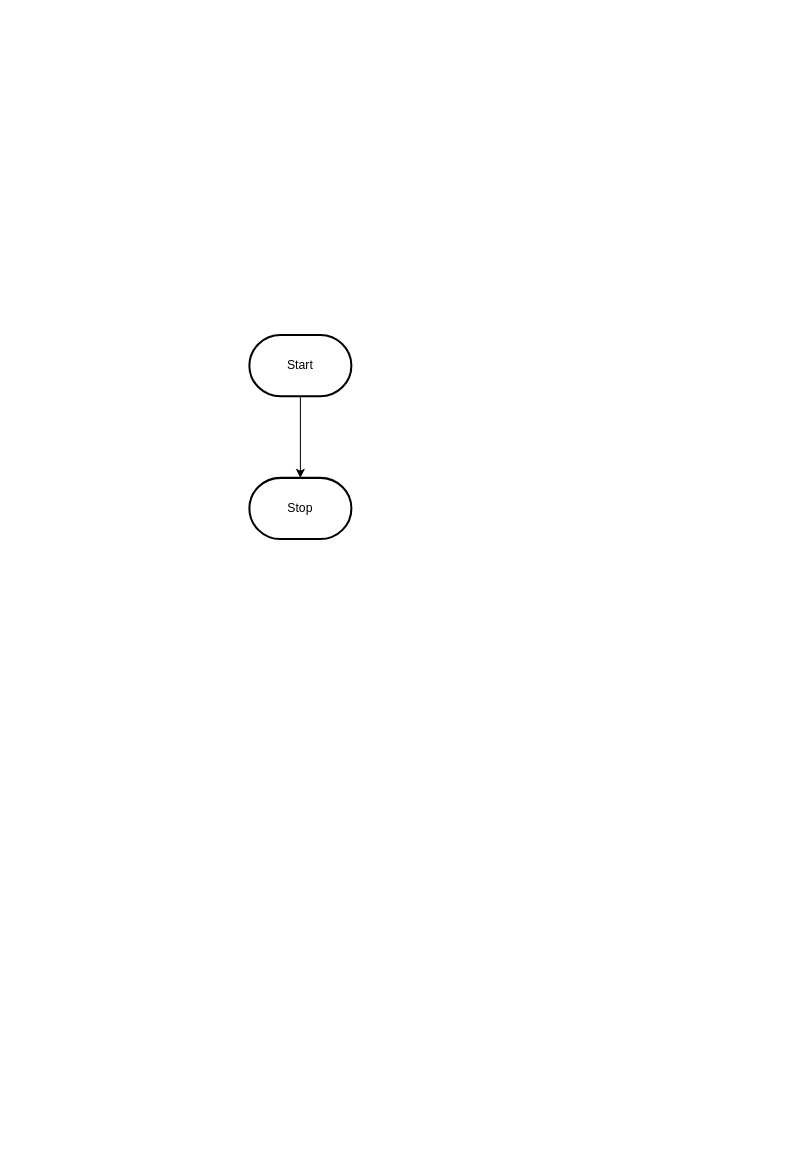
The draw.io diagram design/flowchart.drawio in david-ezenwa/ICD2O-Assignment-05-david-ezenwa, before the edit. Source tidied: cells renumbered, new cells numbered last; positions are measured from the earlier drawing's top-left corner, leaving out a move shared by most shapes. Both pictures are drawn from the tidied source at 102%, with x=0, y=0 at pixel (249, 335).
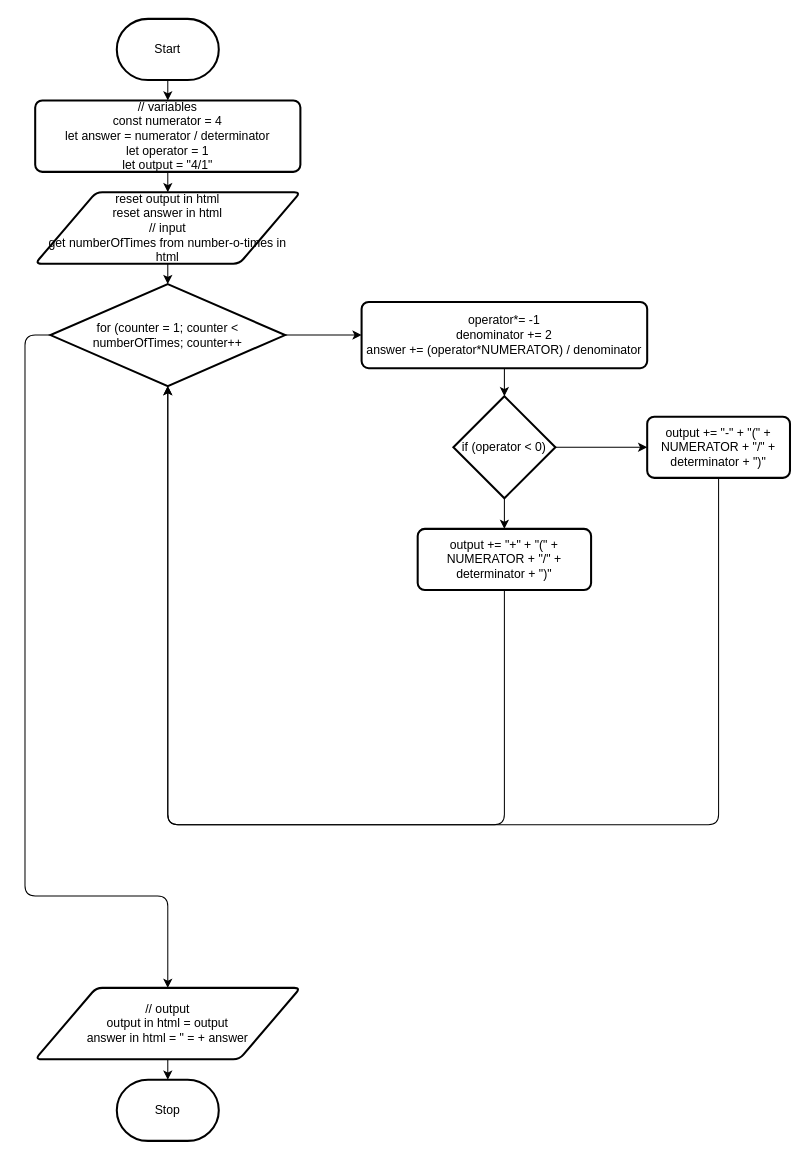
The same page after the edit.

The edit, as a diff of the source:
```diff
@@
-    <mxCell id="2" style="edgeStyle=orthogonalEdgeStyle;html=1;rounded=0;" parent="1" edge="1" source="3" target="4">
-      <mxGeometry relative="1" as="geometry" />
-    </mxCell>
+    <mxCell id="5" style="edgeStyle=none;html=1;exitX=0.5;exitY=1;exitDx=0;exitDy=0;exitPerimeter=0;entryX=0.5;entryY=0;entryDx=0;entryDy=0;" parent="1" edge="1" source="3" target="2">
+      <mxGeometry relative="1" as="geometry" />
+    </mxCell>
     <mxCell id="3" value="Start" style="strokeWidth=2;html=1;shape=mxgraph.flowchart.terminator;whiteSpace=wrap;" parent="1" vertex="1">
-      <mxGeometry width="100" height="60" as="geometry" />
+      <mxGeometry x="-130" y="-310" width="100" height="60" as="geometry" />
     </mxCell>
     <mxCell id="4" value="Stop" style="strokeWidth=2;html=1;shape=mxgraph.flowchart.terminator;whiteSpace=wrap;" parent="1" vertex="1">
-      <mxGeometry y="140" width="100" height="60" as="geometry" />
+      <mxGeometry x="-130" y="730" width="100" height="60" as="geometry" />
     </mxCell>
+    <mxCell id="6" style="edgeStyle=none;html=1;exitX=0.5;exitY=1;exitDx=0;exitDy=0;entryX=0.5;entryY=0;entryDx=0;entryDy=0;" parent="1" edge="1" source="2" target="8">
+      <mxGeometry relative="1" as="geometry" />
+    </mxCell>
+    <mxCell id="2" value="// variables&lt;br&gt;const numerator = 4&lt;br&gt;let answer = numerator / determinator&lt;br&gt;let operator = 1&lt;br&gt;let output = &quot;4/1&quot;" style="rounded=1;whiteSpace=wrap;html=1;absoluteArcSize=1;arcSize=14;strokeWidth=2;" parent="1" vertex="1">
+      <mxGeometry x="-210" y="-230" width="260" height="70" as="geometry" />
+    </mxCell>
+    <mxCell id="7" style="edgeStyle=none;html=1;exitX=0.5;exitY=1;exitDx=0;exitDy=0;entryX=0.5;entryY=0;entryDx=0;entryDy=0;entryPerimeter=0;" parent="1" edge="1" source="8" target="11">
+      <mxGeometry relative="1" as="geometry" />
+    </mxCell>
+    <mxCell id="8" value="reset output in html&lt;br&gt;reset answer in html&lt;br&gt;// input&lt;br&gt;get numberOfTimes from number-o-times in html" style="shape=parallelogram;html=1;strokeWidth=2;perimeter=parallelogramPerimeter;whiteSpace=wrap;rounded=1;arcSize=12;size=0.23;" parent="1" vertex="1">
+      <mxGeometry x="-210" y="-140" width="260" height="70" as="geometry" />
+    </mxCell>
+    <mxCell id="9" style="edgeStyle=none;html=1;exitX=1;exitY=0.5;exitDx=0;exitDy=0;exitPerimeter=0;entryX=0;entryY=0.5;entryDx=0;entryDy=0;" parent="1" edge="1" source="11" target="15">
+      <mxGeometry relative="1" as="geometry" />
+    </mxCell>
+    <mxCell id="10" style="edgeStyle=none;html=1;exitX=0;exitY=0.5;exitDx=0;exitDy=0;exitPerimeter=0;entryX=0.5;entryY=0;entryDx=0;entryDy=0;" parent="1" edge="1" source="11" target="13">
+      <mxGeometry relative="1" as="geometry">
+        <Array as="points">
+          <mxPoint x="-220" />
+          <mxPoint x="-220" y="550" />
+          <mxPoint x="-80" y="550" />
+        </Array>
+      </mxGeometry>
+    </mxCell>
+    <mxCell id="11" value="for (counter = 1; counter &amp;lt; numberOfTimes; counter++" style="strokeWidth=2;html=1;shape=mxgraph.flowchart.decision;whiteSpace=wrap;" parent="1" vertex="1">
+      <mxGeometry x="-195" y="-50" width="230" height="100" as="geometry" />
+    </mxCell>
+    <mxCell id="12" style="edgeStyle=none;html=1;exitX=0.5;exitY=1;exitDx=0;exitDy=0;entryX=0.5;entryY=0;entryDx=0;entryDy=0;entryPerimeter=0;" parent="1" edge="1" source="13" target="4">
+      <mxGeometry relative="1" as="geometry" />
+    </mxCell>
+    <mxCell id="13" value="// output&lt;br&gt;output in html = output&lt;br&gt;answer in html = &quot; = + answer" style="shape=parallelogram;html=1;strokeWidth=2;perimeter=parallelogramPerimeter;whiteSpace=wrap;rounded=1;arcSize=12;size=0.23;" parent="1" vertex="1">
+      <mxGeometry x="-210" y="640" width="260" height="70" as="geometry" />
+    </mxCell>
+    <mxCell id="14" style="edgeStyle=none;html=1;exitX=0.5;exitY=1;exitDx=0;exitDy=0;entryX=0.5;entryY=0;entryDx=0;entryDy=0;entryPerimeter=0;" parent="1" edge="1" source="15" target="18">
+      <mxGeometry relative="1" as="geometry" />
+    </mxCell>
+    <mxCell id="15" value="operator*= -1&lt;br&gt;denominator += 2&lt;br&gt;answer += (operator*NUMERATOR) / denominator" style="rounded=1;whiteSpace=wrap;html=1;absoluteArcSize=1;arcSize=14;strokeWidth=2;" parent="1" vertex="1">
+      <mxGeometry x="110" y="-32.5" width="280" height="65" as="geometry" />
+    </mxCell>
+    <mxCell id="16" style="edgeStyle=none;html=1;exitX=0.5;exitY=1;exitDx=0;exitDy=0;exitPerimeter=0;entryX=0.5;entryY=0;entryDx=0;entryDy=0;" parent="1" edge="1" source="18" target="20">
+      <mxGeometry relative="1" as="geometry" />
+    </mxCell>
+    <mxCell id="17" style="edgeStyle=none;html=1;exitX=1;exitY=0.5;exitDx=0;exitDy=0;exitPerimeter=0;entryX=0;entryY=0.5;entryDx=0;entryDy=0;" parent="1" edge="1" source="18" target="22">
+      <mxGeometry relative="1" as="geometry" />
+    </mxCell>
+    <mxCell id="18" value="if (operator &amp;lt; 0)" style="strokeWidth=2;html=1;shape=mxgraph.flowchart.decision;whiteSpace=wrap;" parent="1" vertex="1">
+      <mxGeometry x="200" y="60" width="100" height="100" as="geometry" />
+    </mxCell>
+    <mxCell id="19" style="edgeStyle=none;html=1;entryX=0.5;entryY=1;entryDx=0;entryDy=0;entryPerimeter=0;" parent="1" edge="1" source="20" target="11">
+      <mxGeometry relative="1" as="geometry">
+        <Array as="points">
+          <mxPoint x="250" y="480" />
+          <mxPoint x="-80" y="480" />
+        </Array>
+      </mxGeometry>
+    </mxCell>
+    <mxCell id="20" value="output += &quot;+&quot; + &quot;(&quot; + NUMERATOR + &quot;/&quot; + determinator + &quot;)&quot;" style="rounded=1;whiteSpace=wrap;html=1;absoluteArcSize=1;arcSize=14;strokeWidth=2;" parent="1" vertex="1">
+      <mxGeometry x="165" y="190" width="170" height="60" as="geometry" />
+    </mxCell>
+    <mxCell id="21" style="edgeStyle=none;html=1;" parent="1" edge="1" source="22">
+      <mxGeometry relative="1" as="geometry">
+        <mxPoint x="-80" y="50" as="targetPoint" />
+        <Array as="points">
+          <mxPoint x="460" y="480" />
+          <mxPoint x="-80" y="480" />
+        </Array>
+      </mxGeometry>
+    </mxCell>
+    <mxCell id="22" value="output += &quot;-&quot; + &quot;(&quot; + NUMERATOR + &quot;/&quot; + determinator + &quot;)&quot;" style="rounded=1;whiteSpace=wrap;html=1;absoluteArcSize=1;arcSize=14;strokeWidth=2;" parent="1" vertex="1">
+      <mxGeometry x="390" y="80" width="140" height="60" as="geometry" />
+    </mxCell>
```
